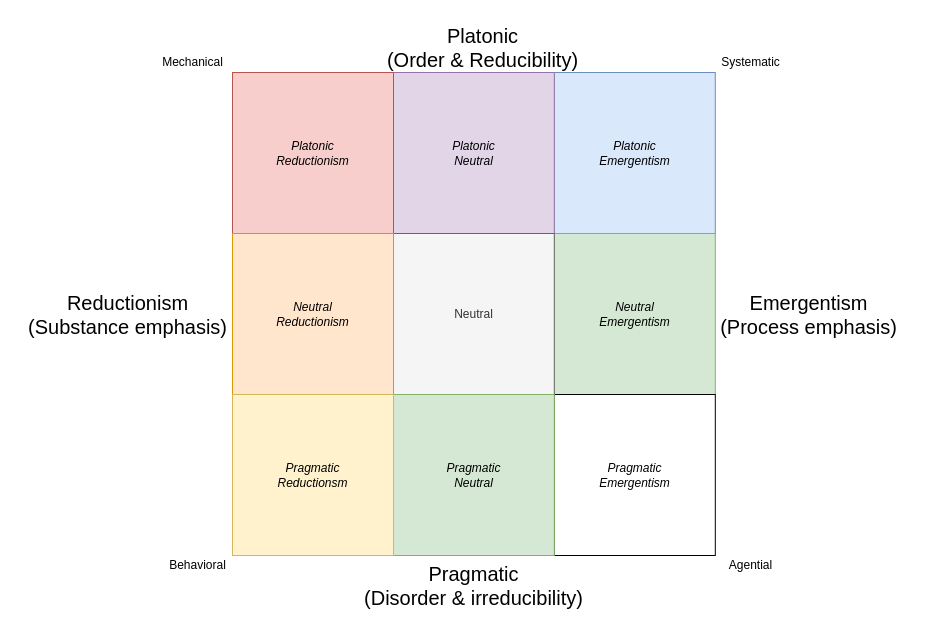
This is agenda_metaphysics_clean.drawio from codeaudit/1, a draw.io file, before an edit. Source tidied: cells renumbered, new cells numbered last; positions are measured from the earlier drawing's top-left corner, leaving out a move shared by most shapes. Both pictures are drawn from the tidied source at 100%, with x=0, y=0 at pixel (17, 17).
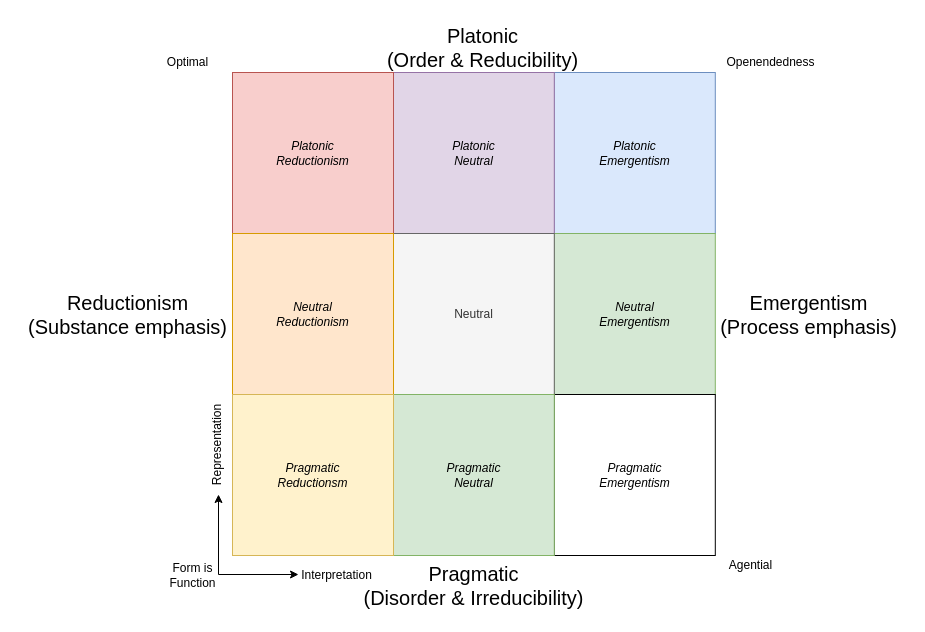
Above is the later version.

Diff of the diagram source:
```diff
@@
-    <mxCell id="11" value="Pragmatic&lt;br&gt;(Disorder &amp;amp; irreducibility)" style="text;html=1;align=center;verticalAlign=middle;fontSize=20;" parent="1" vertex="1">
+    <mxCell id="11" value="Pragmatic&lt;br&gt;(Disorder &amp;amp; Irreducibility)" style="text;html=1;align=center;verticalAlign=middle;fontSize=20;" parent="1" vertex="1">
       <mxGeometry x="336.2" y="538" width="240" height="60" as="geometry" />
     </mxCell>
@@
-    <mxCell id="15" value="Mechanical" style="text;html=1;align=center;verticalAlign=middle;" parent="1" vertex="1">
-      <mxGeometry x="135" y="35" width="80" height="20" as="geometry" />
+    <mxCell id="15" value="Optimal" style="text;html=1;align=center;verticalAlign=middle;" parent="1" vertex="1">
+      <mxGeometry x="140" y="30" width="60" height="30" as="geometry" />
     </mxCell>
-    <mxCell id="16" value="Systematic" style="text;html=1;align=center;verticalAlign=middle;" parent="1" vertex="1">
-      <mxGeometry x="697.8" y="35" width="70" height="20" as="geometry" />
+    <mxCell id="16" value="Openendedness" style="text;html=1;align=center;verticalAlign=middle;" parent="1" vertex="1">
+      <mxGeometry x="697.8" y="30" width="110" height="30" as="geometry" />
     </mxCell>
@@
-    <mxCell id="18" value="Behavioral" style="text;html=1;align=center;verticalAlign=middle;" parent="1" vertex="1">
-      <mxGeometry x="145" y="538" width="70" height="20" as="geometry" />
+    <mxCell id="18" value="Form is&lt;br&gt;Function" style="text;html=1;align=center;verticalAlign=middle;" parent="1" vertex="1">
+      <mxGeometry x="140" y="538" width="70" height="40" as="geometry" />
     </mxCell>
@@
+    <mxCell id="20" style="endArrow=classic;html=1;rounded=0;" parent="1" edge="1">
+      <mxGeometry relative="1" as="geometry">
+        <mxPoint x="201" y="557" as="sourcePoint" />
+        <mxPoint x="201" y="477" as="targetPoint" />
+      </mxGeometry>
+    </mxCell>
+    <mxCell id="21" style="endArrow=classic;html=1;rounded=0;" parent="1" edge="1">
+      <mxGeometry relative="1" as="geometry">
+        <mxPoint x="201" y="557" as="sourcePoint" />
+        <mxPoint x="281" y="557" as="targetPoint" />
+      </mxGeometry>
+    </mxCell>
+    <mxCell id="22" value="Representation" style="text;html=1;align=center;verticalAlign=middle;strokeColor=none;fillColor=none;rotation=-90;" parent="1" vertex="1">
+      <mxGeometry x="150" y="413" width="100" height="30" as="geometry" />
+    </mxCell>
+    <mxCell id="23" value="Interpretation" style="text;html=1;align=center;verticalAlign=middle;strokeColor=none;fillColor=none;" parent="1" vertex="1">
+      <mxGeometry x="274" y="543" width="90" height="30" as="geometry" />
+    </mxCell>
```
